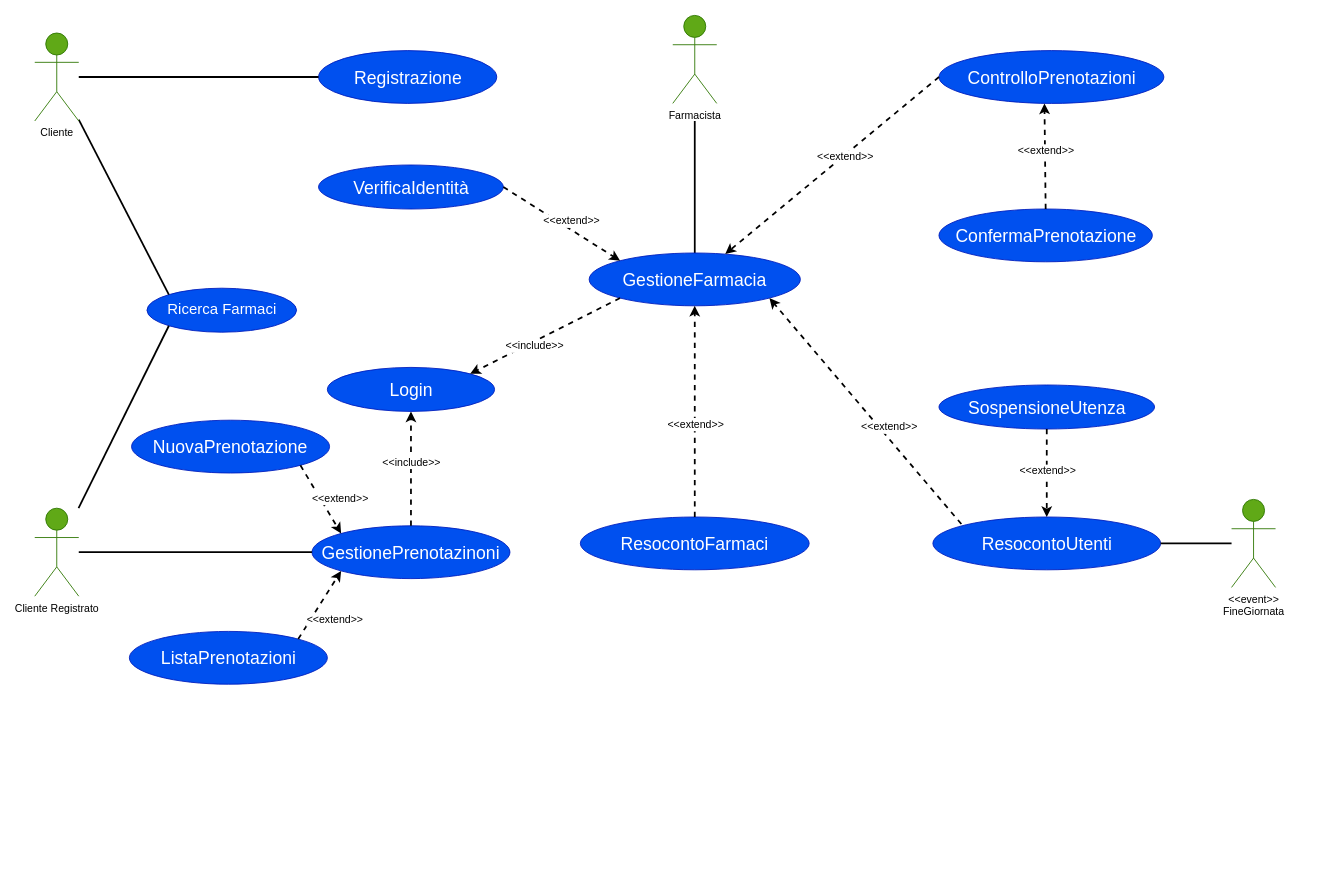
Earlier version of the draw.io diagram drawio/Analisi/CasiUso.drawio (lnwor/farmabyte-doc). Source tidied: cells renumbered, new cells numbered last; positions are measured from the earlier drawing's top-left corner, leaving out a move shared by most shapes. Both pictures are drawn from the tidied source at 88%, with x=0, y=0 at pixel (34, 15).
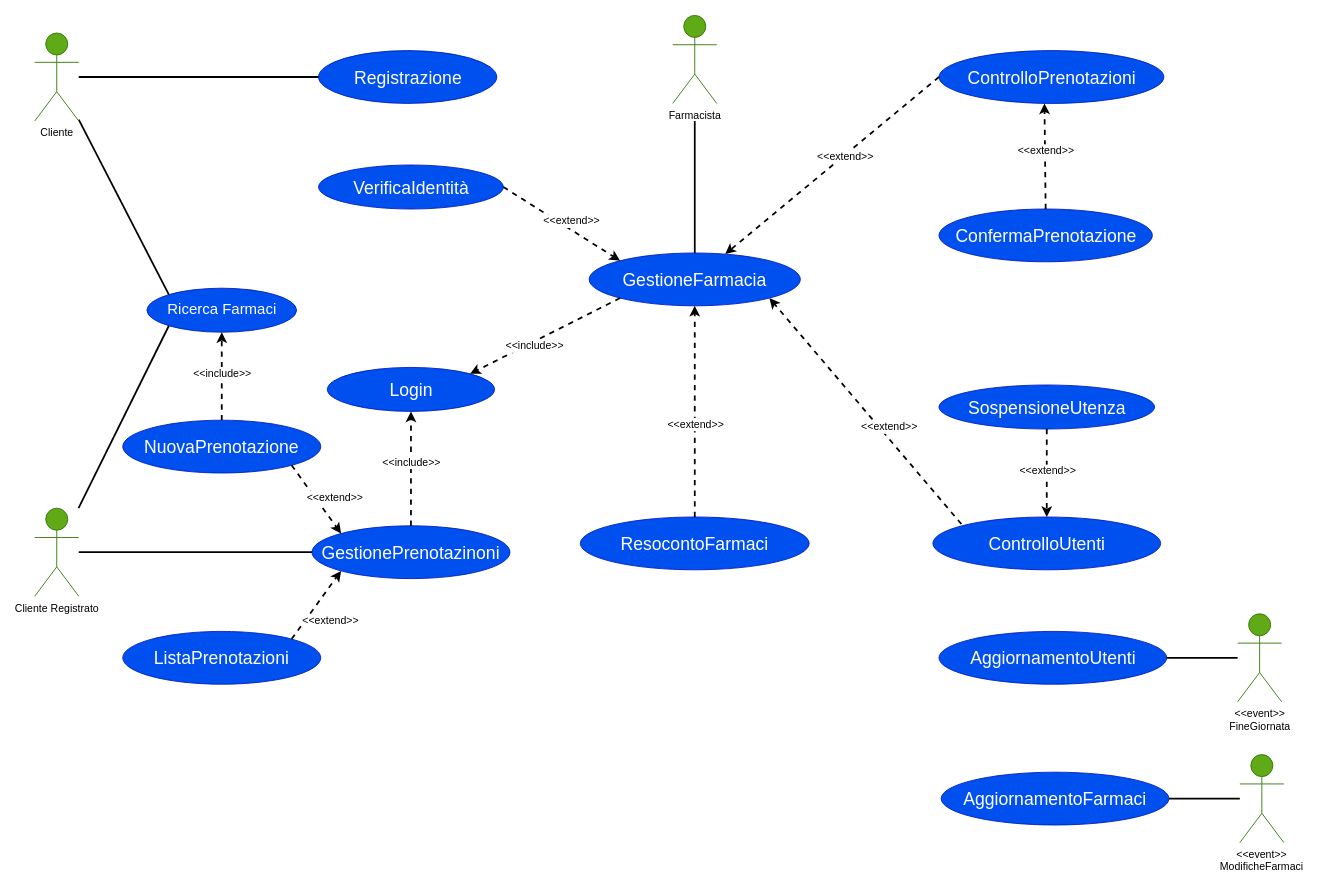
The same page after the edit.

Commit message (it also covers changes not shown here):
aggiunti casi d'uso, modificato il deployment e l'include

Unchanged cells that the change refers to:
```xml
<mxCell id="12" value="Ricerca Farmaci" style="ellipse;whiteSpace=wrap;html=1;labelBackgroundColor=none;fontSize=17;fillColor=#0050ef;strokeColor=#001DBC;fontColor=#ffffff;" parent="1" vertex="1">
  <mxGeometry x="127.5" y="310" width="170" height="50" as="geometry" />
</mxCell>
```

Diff of the diagram source:
```diff
@@
-    <mxCell id="18" value="&lt;div&gt;&amp;lt;&amp;lt;event&amp;gt;&amp;gt;&lt;/div&gt;&lt;div&gt;FineGiornata&lt;br&gt;&lt;/div&gt;" style="shape=umlActor;verticalLabelPosition=bottom;verticalAlign=top;html=1;outlineConnect=0;labelBackgroundColor=none;fontSize=12;fillColor=#60a917;strokeColor=#2D7600;" parent="1" vertex="1">
-      <mxGeometry x="1360" y="550" width="50" height="100" as="geometry" />
-    </mxCell>
-    <mxCell id="19" value="ResocontoUtenti" style="ellipse;whiteSpace=wrap;html=1;labelBackgroundColor=none;fontSize=20;fillColor=#0050ef;strokeColor=#001DBC;fontColor=#ffffff;" parent="1" vertex="1">
+    <mxCell id="19" value="ControlloUtenti" style="ellipse;whiteSpace=wrap;html=1;labelBackgroundColor=none;fontSize=20;fillColor=#0050ef;strokeColor=#001DBC;fontColor=#ffffff;" parent="1" vertex="1">
       <mxGeometry x="1020.6" y="570" width="258.8" height="60" as="geometry" />
     </mxCell>
@@
-    <mxCell id="36" style="endArrow=none;html=1;shadow=0;strokeWidth=2;fontSize=20;fontColor=#000000;fillColor=#1ba1e2;jumpStyle=arc;jumpSize=13;" parent="1" edge="1" source="19" target="18">
-      <mxGeometry relative="1" as="geometry" />
-    </mxCell>
@@
     <mxCell id="39" value="ListaPrenotazioni" style="ellipse;whiteSpace=wrap;html=1;labelBackgroundColor=none;fontSize=20;fillColor=#0050ef;strokeColor=#001DBC;fontColor=#ffffff;" parent="1" vertex="1">
-      <mxGeometry x="107.5" y="700" width="225" height="60" as="geometry" />
+      <mxGeometry x="100" y="700" width="225" height="60" as="geometry" />
     </mxCell>
     <mxCell id="40" value="NuovaPrenotazione" style="ellipse;whiteSpace=wrap;html=1;labelBackgroundColor=none;fontSize=20;fillColor=#0050ef;strokeColor=#001DBC;fontColor=#ffffff;" parent="1" vertex="1">
-      <mxGeometry x="110" y="460" width="225" height="60" as="geometry" />
+      <mxGeometry x="100" y="460" width="225" height="60" as="geometry" />
     </mxCell>
@@
+    <mxCell id="45" style="endArrow=classic;html=1;shadow=0;strokeColor=#000000;strokeWidth=2;fontSize=13;dashed=1;exitX=0.5;exitY=0;exitDx=0;exitDy=0;entryX=0.5;entryY=1;entryDx=0;entryDy=0;" parent="1" edge="1" source="40" target="12">
+      <mxGeometry relative="1" as="geometry" />
+    </mxCell>
+    <mxCell id="46" value="&amp;lt;&amp;lt;include&amp;gt;&amp;gt;" style="edgeLabel;html=1;align=center;verticalAlign=middle;fontSize=12;fontColor=#000000;" parent="45" vertex="1">
+      <mxGeometry x="0.33" y="-1" relative="1" as="geometry">
+        <mxPoint x="-1" y="13" as="offset" />
+      </mxGeometry>
+    </mxCell>
+    <mxCell id="18" value="&lt;div&gt;&amp;lt;&amp;lt;event&amp;gt;&amp;gt;&lt;/div&gt;&lt;div&gt;FineGiornata&lt;br&gt;&lt;/div&gt;" style="shape=umlActor;verticalLabelPosition=bottom;verticalAlign=top;html=1;outlineConnect=0;labelBackgroundColor=none;fontSize=12;fillColor=#60a917;strokeColor=#2D7600;" parent="1" vertex="1">
+      <mxGeometry x="1366.9" y="680" width="50" height="100" as="geometry" />
+    </mxCell>
+    <mxCell id="47" value="AggiornamentoUtenti" style="ellipse;whiteSpace=wrap;html=1;labelBackgroundColor=none;fontSize=20;fillColor=#0050ef;strokeColor=#001DBC;fontColor=#ffffff;" parent="1" vertex="1">
+      <mxGeometry x="1027.5" y="700" width="258.8" height="60" as="geometry" />
+    </mxCell>
+    <mxCell id="48" style="endArrow=none;html=1;shadow=0;strokeWidth=2;fontSize=20;fontColor=#000000;fillColor=#1ba1e2;jumpStyle=arc;jumpSize=13;" parent="1" edge="1" source="47" target="18">
+      <mxGeometry relative="1" as="geometry" />
+    </mxCell>
+    <mxCell id="49" value="&lt;div&gt;&amp;lt;&amp;lt;event&amp;gt;&amp;gt;&lt;/div&gt;&lt;div&gt;ModificheFarmaci&lt;/div&gt;" style="shape=umlActor;verticalLabelPosition=bottom;verticalAlign=top;html=1;outlineConnect=0;labelBackgroundColor=none;fontSize=12;fillColor=#60a917;strokeColor=#2D7600;" parent="1" vertex="1">
+      <mxGeometry x="1369.4" y="840" width="50" height="100" as="geometry" />
+    </mxCell>
+    <mxCell id="50" value="AggiornamentoFarmaci" style="ellipse;whiteSpace=wrap;html=1;labelBackgroundColor=none;fontSize=20;fillColor=#0050ef;strokeColor=#001DBC;fontColor=#ffffff;" parent="1" vertex="1">
+      <mxGeometry x="1030" y="860" width="258.8" height="60" as="geometry" />
+    </mxCell>
+    <mxCell id="51" style="endArrow=none;html=1;shadow=0;strokeWidth=2;fontSize=20;fontColor=#000000;fillColor=#1ba1e2;jumpStyle=arc;jumpSize=13;" parent="1" edge="1" source="50" target="49">
+      <mxGeometry relative="1" as="geometry" />
+    </mxCell>
```
